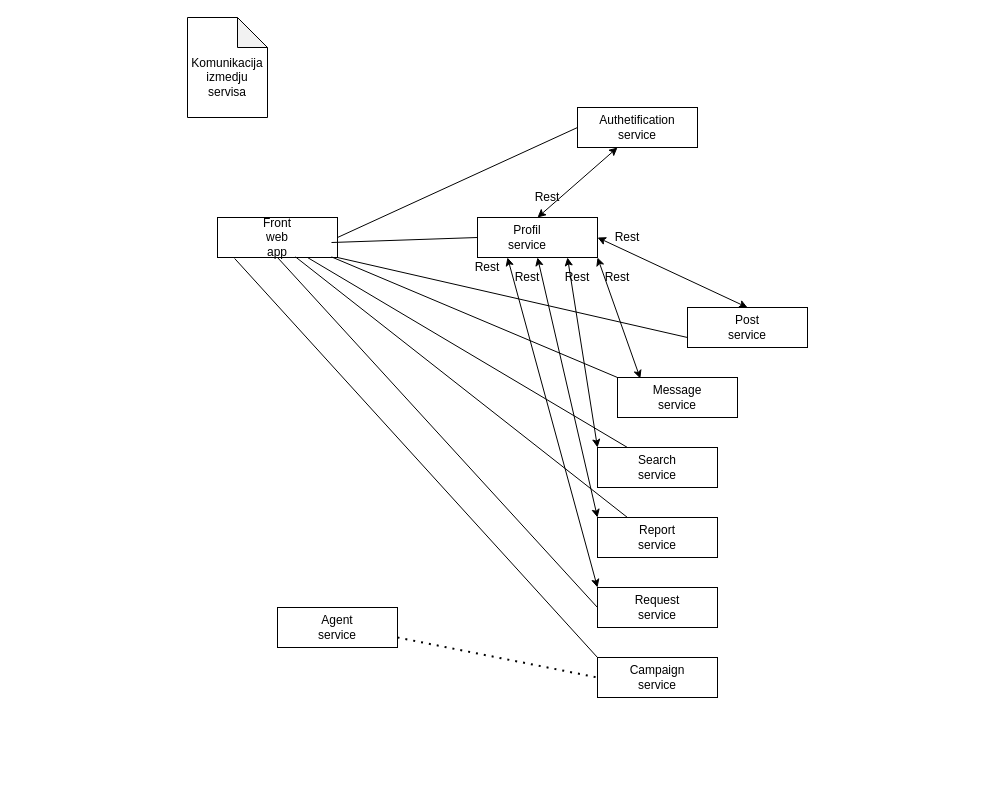
Above: page "Komunikacija izmedju servisa" (10 of 10) of Dijagrami.drawio in andjelijaa/XML-projekat (draw.io), before the change. Source tidied: cells renumbered, new cells numbered last; positions are measured from the earlier drawing's top-left corner, leaving out a move shared by most shapes. Both pictures are drawn from the tidied source at 100%, with x=0, y=0 at pixel (187, 17).
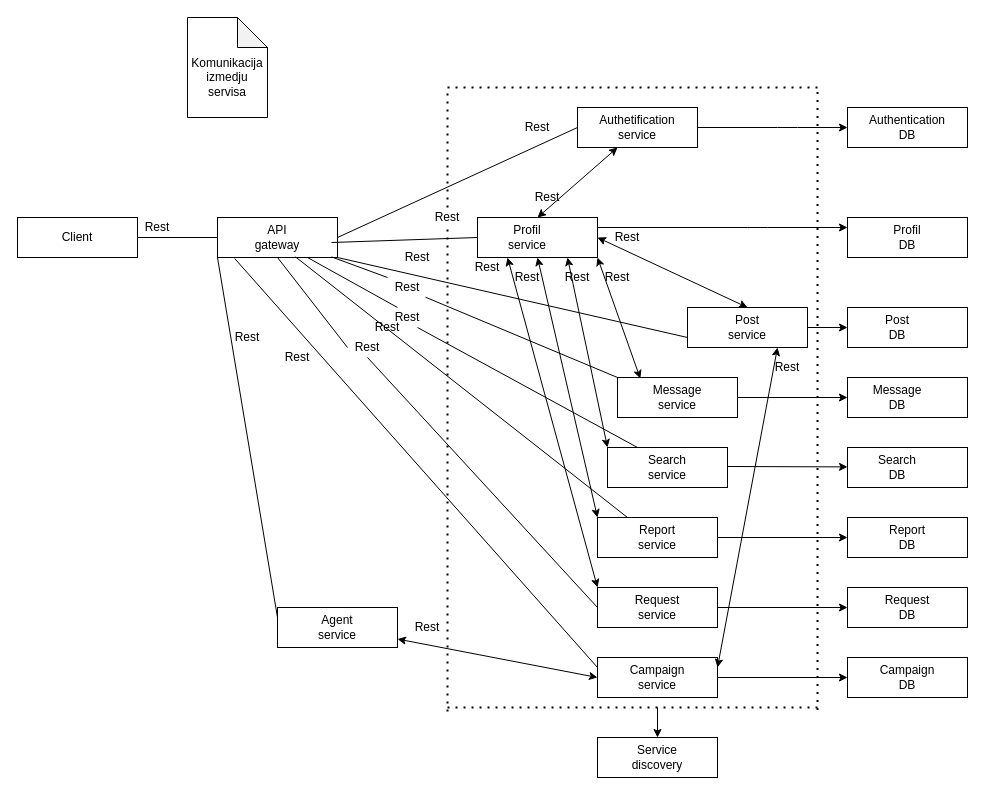
The same page after the edit.

The change refers to these unchanged cells:
```xml
<mxCell id="3" style="rounded=0;whiteSpace=wrap;html=1;" parent="1" vertex="1">
  <mxGeometry x="390" y="90" width="120" height="40" as="geometry" />
</mxCell>
<mxCell id="5" style="rounded=0;whiteSpace=wrap;html=1;" parent="1" vertex="1">
  <mxGeometry x="290" y="200" width="120" height="40" as="geometry" />
</mxCell>
<mxCell id="7" style="rounded=0;whiteSpace=wrap;html=1;align=left;" parent="1" vertex="1">
  <mxGeometry x="30" y="200" width="120" height="40" as="geometry" />
</mxCell>
<mxCell id="10" style="rounded=0;whiteSpace=wrap;html=1;" parent="1" vertex="1">
  <mxGeometry x="500" y="290" width="120" height="40" as="geometry" />
</mxCell>
<mxCell id="11" style="rounded=0;whiteSpace=wrap;html=1;" parent="1" vertex="1">
  <mxGeometry x="430" y="360" width="120" height="40" as="geometry" />
</mxCell>
<mxCell id="21" style="rounded=0;whiteSpace=wrap;html=1;align=left;" parent="1" vertex="1">
  <mxGeometry x="410" y="500" width="120" height="40" as="geometry" />
</mxCell>
<mxCell id="24" style="rounded=0;whiteSpace=wrap;html=1;align=left;" parent="1" vertex="1">
  <mxGeometry x="410" y="570" width="120" height="40" as="geometry" />
</mxCell>
<mxCell id="27" style="rounded=0;whiteSpace=wrap;html=1;align=left;" parent="1" vertex="1">
  <mxGeometry x="90" y="590" width="120" height="40" as="geometry" />
</mxCell>
<mxCell id="29" style="rounded=0;whiteSpace=wrap;html=1;align=left;" parent="1" vertex="1">
  <mxGeometry x="410" y="640" width="120" height="40" as="geometry" />
</mxCell>
```

Change to the diagram source:
```diff
@@
-    <mxCell id="8" value="Front web app" style="text;html=1;strokeColor=none;fillColor=none;align=center;verticalAlign=middle;whiteSpace=wrap;rounded=0;" parent="1" vertex="1">
+    <mxCell id="8" value="API gateway" style="text;html=1;strokeColor=none;fillColor=none;align=center;verticalAlign=middle;whiteSpace=wrap;rounded=0;" parent="1" vertex="1">
       <mxGeometry x="70" y="210" width="40" height="20" as="geometry" />
     </mxCell>
@@
     <mxCell id="18" style="rounded=0;whiteSpace=wrap;html=1;align=left;" parent="1" vertex="1">
-      <mxGeometry x="410" y="430" width="120" height="40" as="geometry" />
+      <mxGeometry x="420" y="430" width="120" height="40" as="geometry" />
     </mxCell>
     <mxCell id="19" value="Search service" style="text;html=1;strokeColor=none;fillColor=none;align=center;verticalAlign=middle;whiteSpace=wrap;rounded=0;" parent="1" vertex="1">
-      <mxGeometry x="450" y="440" width="40" height="20" as="geometry" />
+      <mxGeometry x="460" y="440" width="40" height="20" as="geometry" />
     </mxCell>
@@
-    <mxCell id="31" style="endArrow=none;dashed=1;html=1;dashPattern=1 3;strokeWidth=2;entryX=0;entryY=0.5;entryDx=0;entryDy=0;exitX=1;exitY=0.75;exitDx=0;exitDy=0;" parent="1" edge="1" source="27" target="29">
-      <mxGeometry relative="1" as="geometry" />
-    </mxCell>
@@
-    <mxCell id="33" style="endArrow=none;html=1;exitX=0;exitY=0;exitDx=0;exitDy=0;entryX=0.95;entryY=0.985;entryDx=0;entryDy=0;entryPerimeter=0;" parent="1" edge="1" source="11" target="7">
+    <mxCell id="33" style="endArrow=none;html=1;exitX=0;exitY=0;exitDx=0;exitDy=0;entryX=0.95;entryY=0.985;entryDx=0;entryDy=0;entryPerimeter=0;startArrow=none;" parent="1" edge="1" source="85" target="7">
       <mxGeometry relative="1" as="geometry" />
     </mxCell>
@@
-    <mxCell id="35" style="endArrow=none;html=1;entryX=0.75;entryY=1;entryDx=0;entryDy=0;exitX=0.25;exitY=0;exitDx=0;exitDy=0;" parent="1" edge="1" source="18" target="7">
+    <mxCell id="35" style="endArrow=none;html=1;entryX=0.75;entryY=1;entryDx=0;entryDy=0;exitX=0.25;exitY=0;exitDx=0;exitDy=0;startArrow=none;" parent="1" edge="1" source="87" target="7">
       <mxGeometry relative="1" as="geometry" />
     </mxCell>
-    <mxCell id="36" style="endArrow=none;html=1;entryX=0.143;entryY=1.025;entryDx=0;entryDy=0;entryPerimeter=0;exitX=0;exitY=0;exitDx=0;exitDy=0;" parent="1" edge="1" source="29" target="7">
+    <mxCell id="36" style="endArrow=none;html=1;entryX=0.143;entryY=1.025;entryDx=0;entryDy=0;entryPerimeter=0;exitX=0;exitY=0.25;exitDx=0;exitDy=0;" parent="1" edge="1" source="29" target="7">
       <mxGeometry relative="1" as="geometry" />
     </mxCell>
-    <mxCell id="37" style="endArrow=none;html=1;exitX=0;exitY=0.5;exitDx=0;exitDy=0;entryX=0.5;entryY=1;entryDx=0;entryDy=0;" parent="1" edge="1" source="24" target="7">
+    <mxCell id="37" style="endArrow=none;html=1;exitX=0;exitY=0.5;exitDx=0;exitDy=0;entryX=0.5;entryY=1;entryDx=0;entryDy=0;startArrow=none;" parent="1" edge="1" source="90" target="7">
       <mxGeometry relative="1" as="geometry" />
     </mxCell>
@@
+    <mxCell id="31" style="endArrow=classic;startArrow=classic;html=1;entryX=0;entryY=0.5;entryDx=0;entryDy=0;" parent="1" edge="1" source="27" target="29">
+      <mxGeometry relative="1" as="geometry" />
+    </mxCell>
+    <mxCell id="45" style="endArrow=none;html=1;exitX=1;exitY=0.5;exitDx=0;exitDy=0;entryX=0;entryY=0.5;entryDx=0;entryDy=0;" parent="1" edge="1" source="47" target="7">
+      <mxGeometry relative="1" as="geometry" />
+    </mxCell>
+    <mxCell id="46" value="Rest" style="text;html=1;strokeColor=none;fillColor=none;align=center;verticalAlign=middle;whiteSpace=wrap;rounded=0;" parent="1" vertex="1">
+      <mxGeometry x="220" y="600" width="40" height="20" as="geometry" />
+    </mxCell>
+    <mxCell id="47" style="rounded=0;whiteSpace=wrap;html=1;align=left;" parent="1" vertex="1">
+      <mxGeometry x="-170" y="200" width="120" height="40" as="geometry" />
+    </mxCell>
+    <mxCell id="48" value="Client" style="text;html=1;strokeColor=none;fillColor=none;align=center;verticalAlign=middle;whiteSpace=wrap;rounded=0;" parent="1" vertex="1">
+      <mxGeometry x="-130" y="210" width="40" height="20" as="geometry" />
+    </mxCell>
+    <mxCell id="49" value="Rest" style="text;html=1;strokeColor=none;fillColor=none;align=center;verticalAlign=middle;whiteSpace=wrap;rounded=0;" parent="1" vertex="1">
+      <mxGeometry x="-50" y="200" width="40" height="20" as="geometry" />
+    </mxCell>
+    <mxCell id="50" style="endArrow=none;dashed=1;html=1;dashPattern=1 3;strokeWidth=2;startArrow=none;" parent="1" edge="1" source="82">
+      <mxGeometry relative="1" as="geometry">
+        <mxPoint x="260" y="75.2" as="targetPoint" />
+      </mxGeometry>
+    </mxCell>
+    <mxCell id="51" style="endArrow=none;dashed=1;html=1;dashPattern=1 3;strokeWidth=2;" parent="1" edge="1">
+      <mxGeometry relative="1" as="geometry">
+        <mxPoint x="630" y="692.4" as="sourcePoint" />
+        <mxPoint x="630" y="70" as="targetPoint" />
+      </mxGeometry>
+    </mxCell>
+    <mxCell id="52" style="endArrow=none;dashed=1;html=1;dashPattern=1 3;strokeWidth=2;" parent="1" edge="1">
+      <mxGeometry relative="1" as="geometry">
+        <mxPoint x="260" y="690" as="sourcePoint" />
+        <mxPoint x="630" y="690" as="targetPoint" />
+      </mxGeometry>
+    </mxCell>
+    <mxCell id="53" style="endArrow=none;dashed=1;html=1;dashPattern=1 3;strokeWidth=2;" parent="1" edge="1">
+      <mxGeometry relative="1" as="geometry">
+        <mxPoint x="260" y="70" as="sourcePoint" />
+        <mxPoint x="630" y="70" as="targetPoint" />
+      </mxGeometry>
+    </mxCell>
+    <mxCell id="54" style="rounded=0;whiteSpace=wrap;html=1;align=left;" parent="1" vertex="1">
+      <mxGeometry x="410" y="720" width="120" height="40" as="geometry" />
+    </mxCell>
+    <mxCell id="55" value="Service discovery" style="text;html=1;strokeColor=none;fillColor=none;align=center;verticalAlign=middle;whiteSpace=wrap;rounded=0;" parent="1" vertex="1">
+      <mxGeometry x="450" y="730" width="40" height="20" as="geometry" />
+    </mxCell>
+    <mxCell id="56" style="endArrow=classic;html=1;entryX=0.5;entryY=0;entryDx=0;entryDy=0;" parent="1" edge="1" target="54">
+      <mxGeometry relative="1" as="geometry">
+        <mxPoint x="470" y="690" as="sourcePoint" />
+      </mxGeometry>
+    </mxCell>
+    <mxCell id="57" style="rounded=0;whiteSpace=wrap;html=1;" parent="1" vertex="1">
+      <mxGeometry x="660" y="90" width="120" height="40" as="geometry" />
+    </mxCell>
+    <mxCell id="58" style="rounded=0;whiteSpace=wrap;html=1;" parent="1" vertex="1">
+      <mxGeometry x="660" y="360" width="120" height="40" as="geometry" />
+    </mxCell>
+    <mxCell id="59" style="rounded=0;whiteSpace=wrap;html=1;" parent="1" vertex="1">
+      <mxGeometry x="660" y="200" width="120" height="40" as="geometry" />
+    </mxCell>
+    <mxCell id="60" style="rounded=0;whiteSpace=wrap;html=1;" parent="1" vertex="1">
+      <mxGeometry x="660" y="290" width="120" height="40" as="geometry" />
+    </mxCell>
+    <mxCell id="61" style="rounded=0;whiteSpace=wrap;html=1;" parent="1" vertex="1">
+      <mxGeometry x="660" y="430" width="120" height="40" as="geometry" />
+    </mxCell>
+    <mxCell id="62" style="rounded=0;whiteSpace=wrap;html=1;" parent="1" vertex="1">
+      <mxGeometry x="660" y="570" width="120" height="40" as="geometry" />
+    </mxCell>
+    <mxCell id="63" style="rounded=0;whiteSpace=wrap;html=1;" parent="1" vertex="1">
+      <mxGeometry x="660" y="500" width="120" height="40" as="geometry" />
+    </mxCell>
+    <mxCell id="64" style="rounded=0;whiteSpace=wrap;html=1;" parent="1" vertex="1">
+      <mxGeometry x="660" y="640" width="120" height="40" as="geometry" />
+    </mxCell>
+    <mxCell id="65" value="Authentication DB" style="text;html=1;strokeColor=none;fillColor=none;align=center;verticalAlign=middle;whiteSpace=wrap;rounded=0;" parent="1" vertex="1">
+      <mxGeometry x="700" y="100" width="40" height="20" as="geometry" />
+    </mxCell>
+    <mxCell id="66" value="Profil DB" style="text;html=1;strokeColor=none;fillColor=none;align=center;verticalAlign=middle;whiteSpace=wrap;rounded=0;" parent="1" vertex="1">
+      <mxGeometry x="700" y="210" width="40" height="20" as="geometry" />
+    </mxCell>
+    <mxCell id="67" value="Post DB" style="text;html=1;strokeColor=none;fillColor=none;align=center;verticalAlign=middle;whiteSpace=wrap;rounded=0;" parent="1" vertex="1">
+      <mxGeometry x="690" y="300" width="40" height="20" as="geometry" />
+    </mxCell>
+    <mxCell id="68" value="Message DB" style="text;html=1;strokeColor=none;fillColor=none;align=center;verticalAlign=middle;whiteSpace=wrap;rounded=0;" parent="1" vertex="1">
+      <mxGeometry x="690" y="370" width="40" height="20" as="geometry" />
+    </mxCell>
+    <mxCell id="69" value="Search DB" style="text;html=1;strokeColor=none;fillColor=none;align=center;verticalAlign=middle;whiteSpace=wrap;rounded=0;" parent="1" vertex="1">
+      <mxGeometry x="690" y="440" width="40" height="20" as="geometry" />
+    </mxCell>
+    <mxCell id="70" value="Request DB" style="text;html=1;strokeColor=none;fillColor=none;align=center;verticalAlign=middle;whiteSpace=wrap;rounded=0;" parent="1" vertex="1">
+      <mxGeometry x="700" y="580" width="40" height="20" as="geometry" />
+    </mxCell>
+    <mxCell id="71" value="Report DB" style="text;html=1;strokeColor=none;fillColor=none;align=center;verticalAlign=middle;whiteSpace=wrap;rounded=0;" parent="1" vertex="1">
+      <mxGeometry x="700" y="510" width="40" height="20" as="geometry" />
+    </mxCell>
+    <mxCell id="72" value="Campaign DB" style="text;html=1;strokeColor=none;fillColor=none;align=center;verticalAlign=middle;whiteSpace=wrap;rounded=0;" parent="1" vertex="1">
+      <mxGeometry x="700" y="650" width="40" height="20" as="geometry" />
+    </mxCell>
+    <mxCell id="73" style="endArrow=classic;html=1;exitX=1;exitY=0.5;exitDx=0;exitDy=0;entryX=0;entryY=0.5;entryDx=0;entryDy=0;" parent="1" edge="1" source="21" target="63">
+      <mxGeometry relative="1" as="geometry" />
+    </mxCell>
+    <mxCell id="74" style="endArrow=classic;html=1;exitX=1;exitY=0.5;exitDx=0;exitDy=0;entryX=0;entryY=0.5;entryDx=0;entryDy=0;" parent="1" edge="1" source="24" target="62">
+      <mxGeometry relative="1" as="geometry" />
+    </mxCell>
+    <mxCell id="75" style="endArrow=classic;html=1;exitX=1;exitY=0.5;exitDx=0;exitDy=0;entryX=0;entryY=0.5;entryDx=0;entryDy=0;" parent="1" edge="1" source="29" target="64">
+      <mxGeometry relative="1" as="geometry" />
+    </mxCell>
+    <mxCell id="76" style="endArrow=classic;html=1;entryX=0;entryY=0.5;entryDx=0;entryDy=0;" parent="1" edge="1">
+      <mxGeometry relative="1" as="geometry">
+        <mxPoint x="540" y="449" as="sourcePoint" />
+        <mxPoint x="660" y="449.4" as="targetPoint" />
+      </mxGeometry>
+    </mxCell>
+    <mxCell id="77" style="endArrow=classic;html=1;entryX=0;entryY=0.5;entryDx=0;entryDy=0;exitX=1;exitY=0.5;exitDx=0;exitDy=0;" parent="1" edge="1" source="11" target="58">
+      <mxGeometry relative="1" as="geometry" />
+    </mxCell>
+    <mxCell id="78" style="endArrow=classic;html=1;exitX=1;exitY=0.5;exitDx=0;exitDy=0;" parent="1" edge="1" source="10">
+      <mxGeometry relative="1" as="geometry">
+        <mxPoint x="660" y="310" as="targetPoint" />
+      </mxGeometry>
+    </mxCell>
+    <mxCell id="79" style="endArrow=classic;html=1;exitX=1;exitY=0.25;exitDx=0;exitDy=0;entryX=0;entryY=0.25;entryDx=0;entryDy=0;" parent="1" edge="1" source="5" target="59">
+      <mxGeometry relative="1" as="geometry">
+        <Array as="points">
+          <mxPoint x="570" y="210" />
+        </Array>
+      </mxGeometry>
+    </mxCell>
+    <mxCell id="80" style="endArrow=classic;html=1;exitX=1;exitY=0.5;exitDx=0;exitDy=0;entryX=0;entryY=0.5;entryDx=0;entryDy=0;" parent="1" edge="1" source="3" target="57">
+      <mxGeometry relative="1" as="geometry">
+        <Array as="points">
+          <mxPoint x="600" y="110" />
+        </Array>
+      </mxGeometry>
+    </mxCell>
+    <mxCell id="81" value="Rest" style="text;html=1;strokeColor=none;fillColor=none;align=center;verticalAlign=middle;whiteSpace=wrap;rounded=0;" parent="1" vertex="1">
+      <mxGeometry x="330" y="100" width="40" height="20" as="geometry" />
+    </mxCell>
+    <mxCell id="82" value="Rest" style="text;html=1;strokeColor=none;fillColor=none;align=center;verticalAlign=middle;whiteSpace=wrap;rounded=0;" parent="1" vertex="1">
+      <mxGeometry x="240" y="190" width="40" height="20" as="geometry" />
+    </mxCell>
+    <mxCell id="83" style="endArrow=none;dashed=1;html=1;dashPattern=1 3;strokeWidth=2;" parent="1" edge="1" target="82">
+      <mxGeometry relative="1" as="geometry">
+        <mxPoint x="260" y="694" as="sourcePoint" />
+      </mxGeometry>
+    </mxCell>
+    <mxCell id="84" value="Rest" style="text;html=1;strokeColor=none;fillColor=none;align=center;verticalAlign=middle;whiteSpace=wrap;rounded=0;" parent="1" vertex="1">
+      <mxGeometry x="210" y="230" width="40" height="20" as="geometry" />
+    </mxCell>
+    <mxCell id="85" value="Rest" style="text;html=1;strokeColor=none;fillColor=none;align=center;verticalAlign=middle;whiteSpace=wrap;rounded=0;" parent="1" vertex="1">
+      <mxGeometry x="200" y="260" width="40" height="20" as="geometry" />
+    </mxCell>
+    <mxCell id="86" style="endArrow=none;html=1;exitX=0;exitY=0;exitDx=0;exitDy=0;entryX=0.95;entryY=0.985;entryDx=0;entryDy=0;entryPerimeter=0;" parent="1" edge="1" source="11" target="85">
+      <mxGeometry relative="1" as="geometry" />
+    </mxCell>
+    <mxCell id="87" value="Rest" style="text;html=1;strokeColor=none;fillColor=none;align=center;verticalAlign=middle;whiteSpace=wrap;rounded=0;" parent="1" vertex="1">
+      <mxGeometry x="200" y="290" width="40" height="20" as="geometry" />
+    </mxCell>
+    <mxCell id="88" style="endArrow=none;html=1;entryX=0.75;entryY=1;entryDx=0;entryDy=0;exitX=0.25;exitY=0;exitDx=0;exitDy=0;" parent="1" edge="1" source="18" target="87">
+      <mxGeometry relative="1" as="geometry" />
+    </mxCell>
+    <mxCell id="89" value="Rest" style="text;html=1;strokeColor=none;fillColor=none;align=center;verticalAlign=middle;whiteSpace=wrap;rounded=0;" parent="1" vertex="1">
+      <mxGeometry x="180" y="300" width="40" height="20" as="geometry" />
+    </mxCell>
+    <mxCell id="90" value="Rest" style="text;html=1;strokeColor=none;fillColor=none;align=center;verticalAlign=middle;whiteSpace=wrap;rounded=0;" parent="1" vertex="1">
+      <mxGeometry x="160" y="320" width="40" height="20" as="geometry" />
+    </mxCell>
+    <mxCell id="91" style="endArrow=none;html=1;exitX=0;exitY=0.5;exitDx=0;exitDy=0;entryX=0.5;entryY=1;entryDx=0;entryDy=0;" parent="1" edge="1" source="24" target="90">
+      <mxGeometry relative="1" as="geometry" />
+    </mxCell>
+    <mxCell id="92" value="Rest" style="text;html=1;strokeColor=none;fillColor=none;align=center;verticalAlign=middle;whiteSpace=wrap;rounded=0;" parent="1" vertex="1">
+      <mxGeometry x="90" y="330" width="40" height="20" as="geometry" />
+    </mxCell>
+    <mxCell id="93" style="endArrow=none;html=1;exitX=0;exitY=0.25;exitDx=0;exitDy=0;entryX=0;entryY=1;entryDx=0;entryDy=0;" parent="1" edge="1" source="27" target="7">
+      <mxGeometry relative="1" as="geometry" />
+    </mxCell>
+    <mxCell id="94" value="Rest" style="text;html=1;strokeColor=none;fillColor=none;align=center;verticalAlign=middle;whiteSpace=wrap;rounded=0;" parent="1" vertex="1">
+      <mxGeometry x="40" y="310" width="40" height="20" as="geometry" />
+    </mxCell>
+    <mxCell id="95" style="endArrow=classic;startArrow=classic;html=1;exitX=1;exitY=0.25;exitDx=0;exitDy=0;entryX=0.75;entryY=1;entryDx=0;entryDy=0;" parent="1" edge="1" source="29" target="10">
+      <mxGeometry relative="1" as="geometry" />
+    </mxCell>
+    <mxCell id="96" value="Rest" style="text;html=1;strokeColor=none;fillColor=none;align=center;verticalAlign=middle;whiteSpace=wrap;rounded=0;" parent="1" vertex="1">
+      <mxGeometry x="580" y="340" width="40" height="20" as="geometry" />
+    </mxCell>
```
